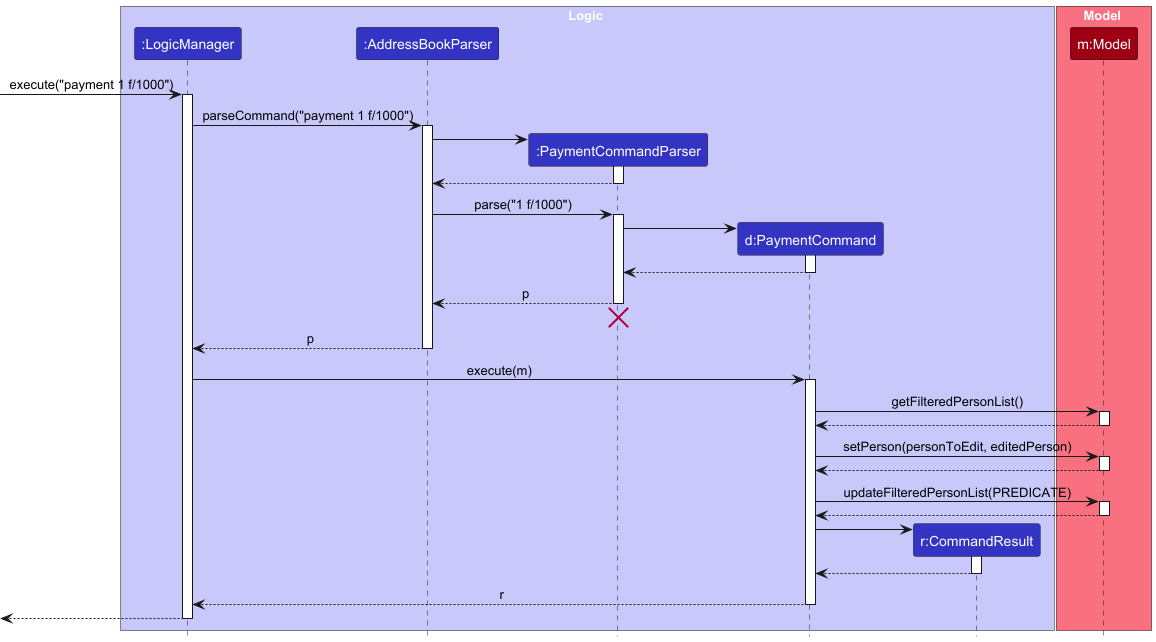
Above: docs/images/PaymentSequenceDiagram.png in boinkkitty/tp (PlantUML), before the change. The source it was exported from:
```plantuml
@startuml
!include style.puml
skinparam ArrowFontStyle plain

box Logic LOGIC_COLOR_T1
participant ":LogicManager" as LogicManager LOGIC_COLOR
participant ":AddressBookParser" as AddressBookParser LOGIC_COLOR
participant ":PaymentCommandParser" as PaymentCommandParser LOGIC_COLOR
participant "d:PaymentCommand" as PaymentCommand LOGIC_COLOR
participant "r:CommandResult" as CommandResult LOGIC_COLOR
end box

box Model MODEL_COLOR_T1
participant "m:Model" as Model MODEL_COLOR
end box

[-> LogicManager : execute("payment 1 f/1000")
activate LogicManager

LogicManager -> AddressBookParser : parseCommand("payment 1 f/1000")
activate AddressBookParser

create PaymentCommandParser
AddressBookParser -> PaymentCommandParser
activate PaymentCommandParser

PaymentCommandParser --> AddressBookParser
deactivate PaymentCommandParser

AddressBookParser -> PaymentCommandParser : parse("1 f/1000")
activate PaymentCommandParser

create PaymentCommand
PaymentCommandParser -> PaymentCommand
activate PaymentCommand

PaymentCommand --> PaymentCommandParser :
deactivate PaymentCommand

PaymentCommandParser --> AddressBookParser : p
deactivate PaymentCommandParser
PaymentCommandParser -[hidden]-> AddressBookParser
destroy PaymentCommandParser

AddressBookParser --> LogicManager : p
deactivate AddressBookParser

LogicManager -> PaymentCommand : execute(m)
activate PaymentCommand

PaymentCommand -> Model : getFilteredPersonList()
activate Model

Model --> PaymentCommand
deactivate Model

PaymentCommand -> Model : setPerson(personToEdit, editedPerson)
activate Model

Model --> PaymentCommand
deactivate Model

PaymentCommand -> Model : updateFilteredPersonList(PREDICATE)
activate Model

Model --> PaymentCommand
deactivate Model

create CommandResult
PaymentCommand -> CommandResult
activate CommandResult

CommandResult --> PaymentCommand
deactivate CommandResult

PaymentCommand --> LogicManager : r
deactivate PaymentCommand

[<--LogicManager
deactivate LogicManager
@enduml
```
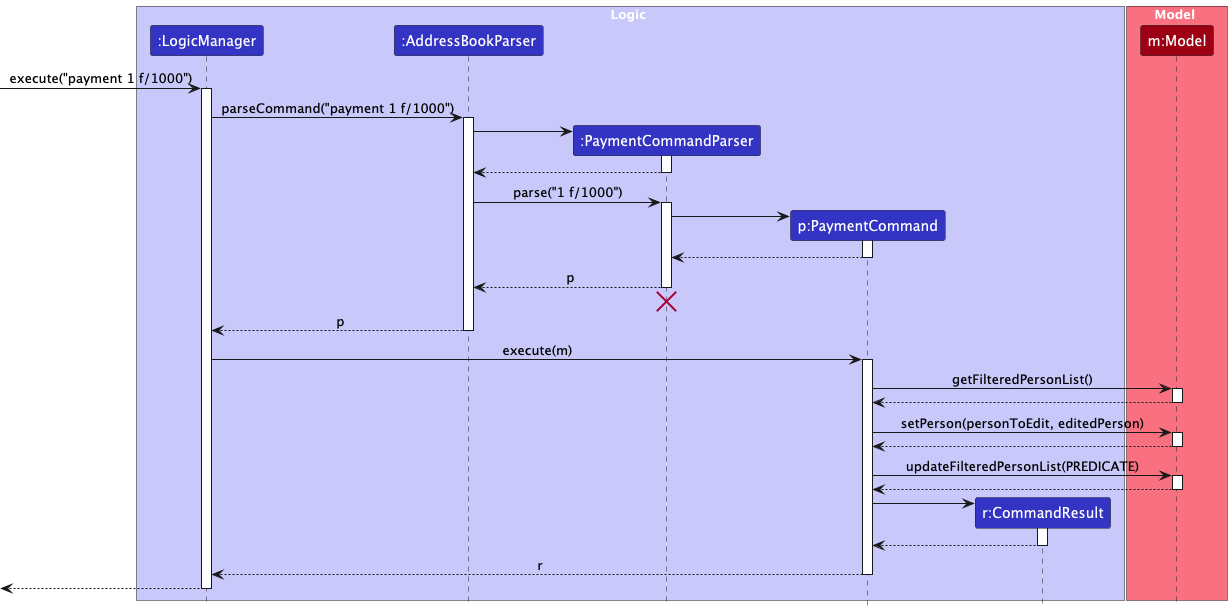
The same diagram one commit later.

Change to the diagram source:
```diff
@@ -6,7 +6,7 @@
 participant ":LogicManager" as LogicManager LOGIC_COLOR
 participant ":AddressBookParser" as AddressBookParser LOGIC_COLOR
 participant ":PaymentCommandParser" as PaymentCommandParser LOGIC_COLOR
-participant "d:PaymentCommand" as PaymentCommand LOGIC_COLOR
+participant "p:PaymentCommand" as PaymentCommand LOGIC_COLOR
 participant "r:CommandResult" as CommandResult LOGIC_COLOR
 end box
 
```
